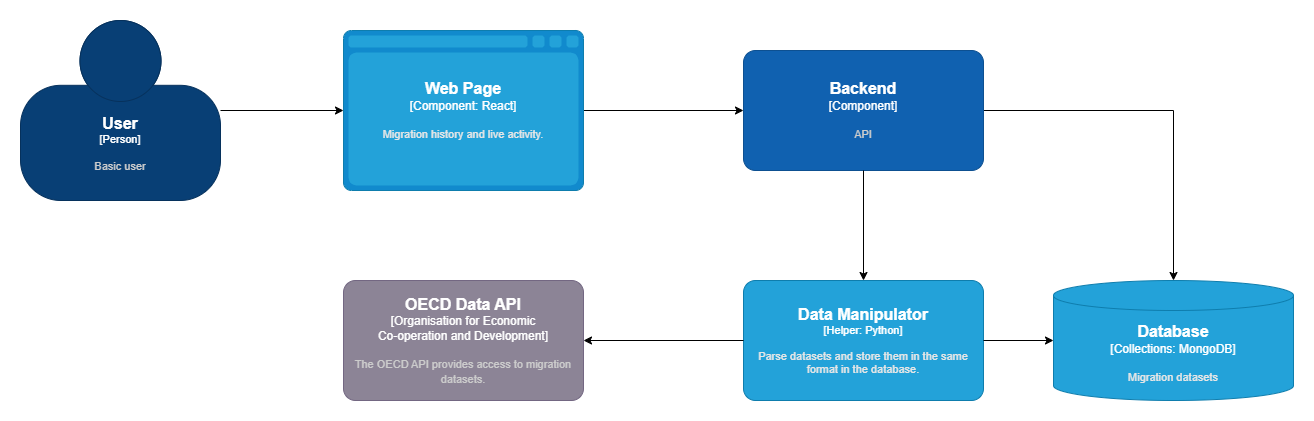
tavi2105/WADe23_PlanetExpress keeps this draw.io diagram as Architecture/General_view.png. Above is the earlier version. Source tidied: cells renumbered, new cells last; positions are measured from the earlier drawing's top-left corner, leaving out a move shared by most shapes.
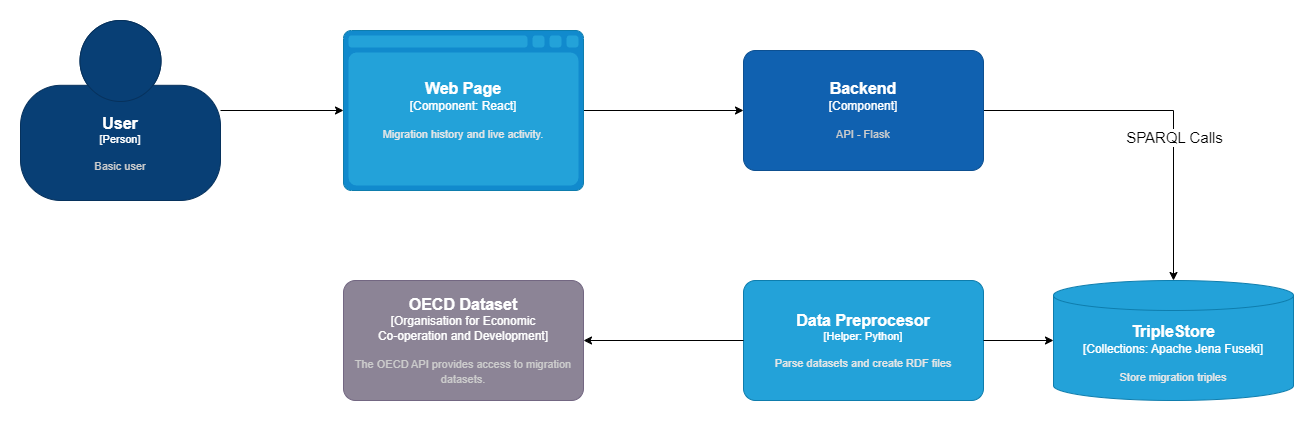
After the commit.

Diff of the diagram source:
```diff
@@ -2,10 +2,13 @@
   <root>
     <mxCell id="0" />
     <mxCell id="1" parent="0" />
-    <mxCell id="2" style="edgeStyle=orthogonalEdgeStyle;rounded=0;jettySize=auto;html=1;" parent="1" edge="1" source="3" target="8">
+    <mxCell id="2" style="edgeStyle=orthogonalEdgeStyle;rounded=0;jettySize=auto;html=1;strokeColor=default;startArrow=none;startFill=0;" parent="1" edge="1" source="3" target="8">
       <mxGeometry relative="1" as="geometry" />
     </mxCell>
+    <mxCell id="14" value="&lt;font style=&quot;font-size: 15px;&quot;&gt;SPARQL Calls&lt;/font&gt;" style="edgeLabel;html=1;align=center;verticalAlign=middle;" parent="2" vertex="1">
+      <mxGeometry x="0.2" relative="1" as="geometry" />
+    </mxCell>
-    <object id="3" label="&lt;font style=&quot;font-size: 16px&quot;&gt;&lt;b&gt;%c4Name%&lt;/b&gt;&lt;/font&gt;&lt;div&gt;[%c4Type%]&lt;/div&gt;&lt;br&gt;&lt;div&gt;&lt;font style=&quot;font-size: 11px&quot;&gt;&lt;font color=&quot;#cccccc&quot;&gt;%c4Description%&lt;/font&gt;&lt;/div&gt;" c4Description="API" c4Name="Backend" c4Type="Component" placeholders="1">
+    <object id="3" label="&lt;font style=&quot;font-size: 16px&quot;&gt;&lt;b&gt;%c4Name%&lt;/b&gt;&lt;/font&gt;&lt;div&gt;[%c4Type%]&lt;/div&gt;&lt;br&gt;&lt;div&gt;&lt;font style=&quot;font-size: 11px&quot;&gt;&lt;font color=&quot;#cccccc&quot;&gt;%c4Description%&lt;/font&gt;&lt;/div&gt;" c4Description="API - Flask" c4Name="Backend" c4Type="Component" placeholders="1">
       <mxCell style="rounded=1;whiteSpace=wrap;html=1;labelBackgroundColor=none;fillColor=#1061B0;fontColor=#ffffff;align=center;arcSize=10;strokeColor=#0D5091;points=[[0.25,0,0],[0.5,0,0],[0.75,0,0],[1,0.25,0],[1,0.5,0],[1,0.75,0],[0.75,1,0],[0.5,1,0],[0.25,1,0],[0,0.75,0],[0,0.5,0],[0,0.25,0]];" parent="1" vertex="1">
         <mxGeometry x="723" y="30" width="240" height="120" as="geometry" />
       </mxCell>
@@ -26,12 +29,12 @@
         <mxGeometry width="200" height="180" as="geometry" />
       </mxCell>
     </object>
-    <object id="8" label="&lt;font style=&quot;font-size: 16px&quot;&gt;&lt;b&gt;%c4Type%&lt;/b&gt;&lt;/font&gt;&lt;div&gt;[%c4Container%:&amp;nbsp;%c4Technology%]&lt;/div&gt;&lt;br&gt;&lt;div&gt;&lt;font style=&quot;font-size: 11px&quot;&gt;&lt;font color=&quot;#E6E6E6&quot;&gt;%c4Description%&lt;/font&gt;&lt;/div&gt;" c4Container="Collections" c4Description="Migration datasets" c4Technology="MongoDB" c4Type="Database" placeholders="1">
+    <object id="8" label="&lt;font style=&quot;font-size: 16px&quot;&gt;&lt;b&gt;%c4Type%&lt;/b&gt;&lt;/font&gt;&lt;div&gt;[%c4Container%:&amp;nbsp;%c4Technology%]&lt;/div&gt;&lt;br&gt;&lt;div&gt;&lt;font style=&quot;font-size: 11px&quot;&gt;&lt;font color=&quot;#E6E6E6&quot;&gt;%c4Description%&lt;/font&gt;&lt;/div&gt;" c4Container="Collections" c4Description="Store migration triples" c4Technology="Apache Jena Fuseki" c4Type="TripleStore" placeholders="1">
       <mxCell style="shape=cylinder3;size=15;whiteSpace=wrap;html=1;boundedLbl=1;rounded=0;labelBackgroundColor=none;fillColor=#23A2D9;fontSize=12;fontColor=#ffffff;align=center;strokeColor=#0E7DAD;points=[[0.5,0,0],[1,0.25,0],[1,0.5,0],[1,0.75,0],[0.5,1,0],[0,0.75,0],[0,0.5,0],[0,0.25,0]];" parent="1" vertex="1">
         <mxGeometry x="1033" y="260" width="240" height="120" as="geometry" />
       </mxCell>
     </object>
-    <object id="9" label="&lt;font style=&quot;font-size: 16px&quot;&gt;&lt;b&gt;%c4Name%&lt;/b&gt;&lt;/font&gt;&lt;div&gt;[%c4Type%: %c4Technology%]&lt;/div&gt;&lt;br&gt;&lt;div&gt;&lt;font style=&quot;font-size: 11px&quot;&gt;&lt;font color=&quot;#E6E6E6&quot;&gt;%c4Description%&lt;/font&gt;&lt;/div&gt;" c4Description="Parse datasets and store them in the same format in the database." c4Name="Data Manipulator" c4Technology="Python" c4Type="Helper" placeholders="1">
+    <object id="9" label="&lt;font style=&quot;font-size: 16px&quot;&gt;&lt;b&gt;%c4Name%&lt;/b&gt;&lt;/font&gt;&lt;div&gt;[%c4Type%: %c4Technology%]&lt;/div&gt;&lt;br&gt;&lt;div&gt;&lt;font style=&quot;font-size: 11px&quot;&gt;&lt;font color=&quot;#E6E6E6&quot;&gt;%c4Description%&lt;/font&gt;&lt;/div&gt;" c4Description="Parse datasets and create RDF files" c4Name="Data Preprocesor" c4Technology="Python" c4Type="Helper" placeholders="1">
       <mxCell style="rounded=1;whiteSpace=wrap;html=1;fontSize=11;labelBackgroundColor=none;fillColor=#23A2D9;fontColor=#ffffff;align=center;arcSize=10;strokeColor=#0E7DAD;points=[[0.25,0,0],[0.5,0,0],[0.75,0,0],[1,0.25,0],[1,0.5,0],[1,0.75,0],[0.75,1,0],[0.5,1,0],[0.25,1,0],[0,0.75,0],[0,0.5,0],[0,0.25,0]];" parent="1" vertex="1">
         <mxGeometry x="723" y="260" width="240" height="120" as="geometry" />
       </mxCell>
@@ -39,10 +42,7 @@
     <mxCell id="10" style="edgeStyle=orthogonalEdgeStyle;rounded=0;jettySize=auto;html=1;entryX=0;entryY=0.5;entryDx=0;entryDy=0;entryPerimeter=0;" parent="1" edge="1" source="9" target="8">
       <mxGeometry relative="1" as="geometry" />
     </mxCell>
-    <mxCell id="11" style="edgeStyle=orthogonalEdgeStyle;rounded=0;jettySize=auto;html=1;entryX=0.5;entryY=0;entryDx=0;entryDy=0;entryPerimeter=0;" parent="1" edge="1" source="3" target="9">
-      <mxGeometry relative="1" as="geometry" />
-    </mxCell>
-    <object id="12" label="&lt;font style=&quot;font-size: 16px&quot;&gt;&lt;b&gt;%c4Name%&lt;/b&gt;&lt;/font&gt;&lt;div&gt;[%c4Type%]&lt;/div&gt;&lt;br&gt;&lt;div&gt;&lt;font style=&quot;font-size: 11px&quot;&gt;&lt;font color=&quot;#cccccc&quot;&gt;%c4Description%&lt;/font&gt;&lt;/div&gt;" c4Description="The OECD API provides access to migration datasets." c4Name="OECD Data API" c4Type="Organisation for Economic&#10;Co-operation and Development" placeholders="1">
+    <object id="12" label="&lt;font style=&quot;font-size: 16px&quot;&gt;&lt;b&gt;%c4Name%&lt;/b&gt;&lt;/font&gt;&lt;div&gt;[%c4Type%]&lt;/div&gt;&lt;br&gt;&lt;div&gt;&lt;font style=&quot;font-size: 11px&quot;&gt;&lt;font color=&quot;#cccccc&quot;&gt;%c4Description%&lt;/font&gt;&lt;/div&gt;" c4Description="The OECD API provides access to migration datasets." c4Name="OECD Dataset" c4Type="Organisation for Economic&#10;Co-operation and Development" placeholders="1">
       <mxCell style="rounded=1;whiteSpace=wrap;html=1;labelBackgroundColor=none;fillColor=#8C8496;fontColor=#ffffff;align=center;arcSize=10;strokeColor=#736782;points=[[0.25,0,0],[0.5,0,0],[0.75,0,0],[1,0.25,0],[1,0.5,0],[1,0.75,0],[0.75,1,0],[0.5,1,0],[0.25,1,0],[0,0.75,0],[0,0.5,0],[0,0.25,0]];" parent="1" vertex="1">
         <mxGeometry x="323" y="260" width="240" height="120" as="geometry" />
       </mxCell>
```
